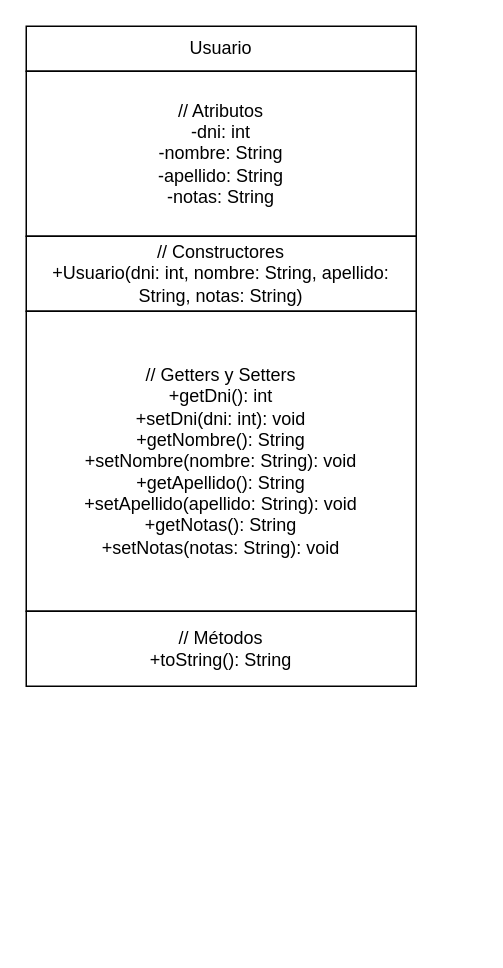
This is diagrams/Usuario.drawio from GoGoAbstract/tp2_cuentas, a draw.io file, before an edit. Source tidied: cells renumbered, new cells numbered last; positions are measured from the earlier drawing's top-left corner, leaving out a move shared by most shapes. Both pictures are drawn from the tidied source at 150%, with x=0, y=0 at pixel (26, 26).
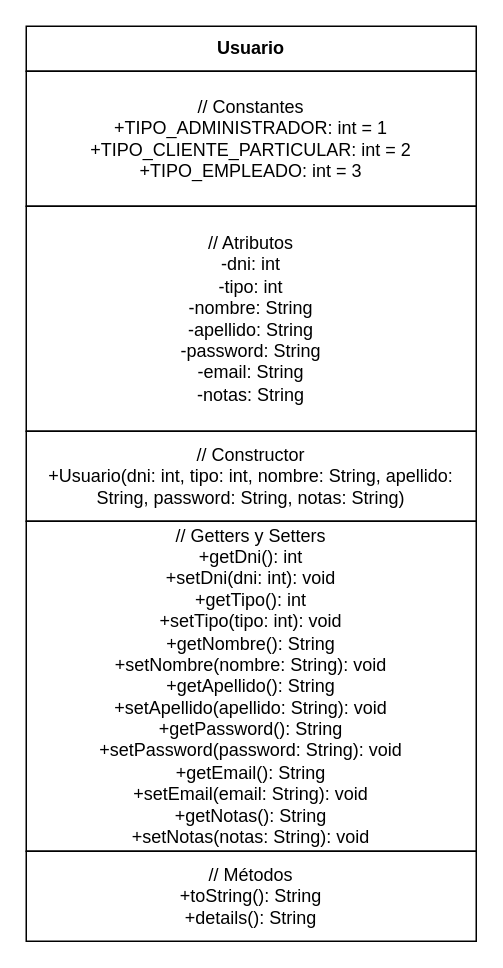
After the change.

The edit, as a diff of the source:
```diff
@@
 <mxGraphModel>
   <root>
     <mxCell id="0" />
     <mxCell id="1" parent="0" />
-    <mxCell id="2" value="Usuario" style="rounded=0;whiteSpace=wrap;html=1;" parent="1" vertex="1">
-      <mxGeometry width="260" height="30" as="geometry" />
+    <mxCell id="2" value="Usuario" style="rounded=0;whiteSpace=wrap;html=1;fontStyle=1;" parent="1" vertex="1">
+      <mxGeometry width="300" height="30" as="geometry" />
     </mxCell>
+    <mxCell id="7" value="// Constantes&lt;br&gt;+TIPO_ADMINISTRADOR: int = 1&lt;br&gt;+TIPO_CLIENTE_PARTICULAR: int = 2&lt;br&gt;+TIPO_EMPLEADO: int = 3" style="rounded=0;whiteSpace=wrap;html=1;" parent="1" vertex="1">
+      <mxGeometry y="30" width="300" height="90" as="geometry" />
+    </mxCell>
-    <mxCell id="3" value="// Atributos&lt;br&gt;-dni: int&lt;br&gt;-nombre: String&lt;br&gt;-apellido: String&lt;br&gt;-notas: String" style="rounded=0;whiteSpace=wrap;html=1;" parent="1" vertex="1">
-      <mxGeometry y="30" width="260" height="110" as="geometry" />
+    <mxCell id="3" value="// Atributos&lt;br&gt;-dni: int&lt;br&gt;-tipo: int&lt;br&gt;-nombre: String&lt;br&gt;-apellido: String&lt;br&gt;-password: String&lt;br&gt;-email: String&lt;br&gt;-notas: String" style="rounded=0;whiteSpace=wrap;html=1;" parent="1" vertex="1">
+      <mxGeometry y="120" width="300" height="150" as="geometry" />
     </mxCell>
-    <mxCell id="4" value="// Constructores&lt;br&gt;+Usuario(dni: int, nombre: String, apellido: String, notas: String)" style="rounded=0;whiteSpace=wrap;html=1;" parent="1" vertex="1">
-      <mxGeometry y="140" width="260" height="50" as="geometry" />
+    <mxCell id="4" value="// Constructor&lt;br&gt;+Usuario(dni: int, tipo: int, nombre: String, apellido: String, password: String, notas: String)" style="rounded=0;whiteSpace=wrap;html=1;" parent="1" vertex="1">
+      <mxGeometry y="270" width="300" height="60" as="geometry" />
     </mxCell>
-    <mxCell id="5" value="// Getters y Setters&lt;br&gt;+getDni(): int&lt;br&gt;+setDni(dni: int): void&lt;br&gt;+getNombre(): String&lt;br&gt;+setNombre(nombre: String): void&lt;br&gt;+getApellido(): String&lt;br&gt;+setApellido(apellido: String): void&lt;br&gt;+getNotas(): String&lt;br&gt;+setNotas(notas: String): void" style="rounded=0;whiteSpace=wrap;html=1;" parent="1" vertex="1">
-      <mxGeometry y="190" width="260" height="200" as="geometry" />
+    <mxCell id="5" value="// Getters y Setters&lt;br&gt;+getDni(): int&lt;br&gt;+setDni(dni: int): void&lt;br&gt;+getTipo(): int&lt;br&gt;+setTipo(tipo: int): void&lt;br&gt;+getNombre(): String&lt;br&gt;+setNombre(nombre: String): void&lt;br&gt;+getApellido(): String&lt;br&gt;+setApellido(apellido: String): void&lt;br&gt;+getPassword(): String&lt;br&gt;+setPassword(password: String): void&lt;br&gt;+getEmail(): String&lt;br&gt;+setEmail(email: String): void&lt;br&gt;+getNotas(): String&lt;br&gt;+setNotas(notas: String): void" style="rounded=0;whiteSpace=wrap;html=1;" parent="1" vertex="1">
+      <mxGeometry y="330" width="300" height="220" as="geometry" />
     </mxCell>
-    <mxCell id="6" value="// Métodos&lt;br&gt;+toString(): String" style="rounded=0;whiteSpace=wrap;html=1;" parent="1" vertex="1">
-      <mxGeometry y="390" width="260" height="50" as="geometry" />
+    <mxCell id="6" value="// Métodos&lt;br&gt;+toString(): String&lt;br&gt;+details(): String" style="rounded=0;whiteSpace=wrap;html=1;" parent="1" vertex="1">
+      <mxGeometry y="550" width="300" height="60" as="geometry" />
     </mxCell>
   </root>
 </mxGraphModel>
```
